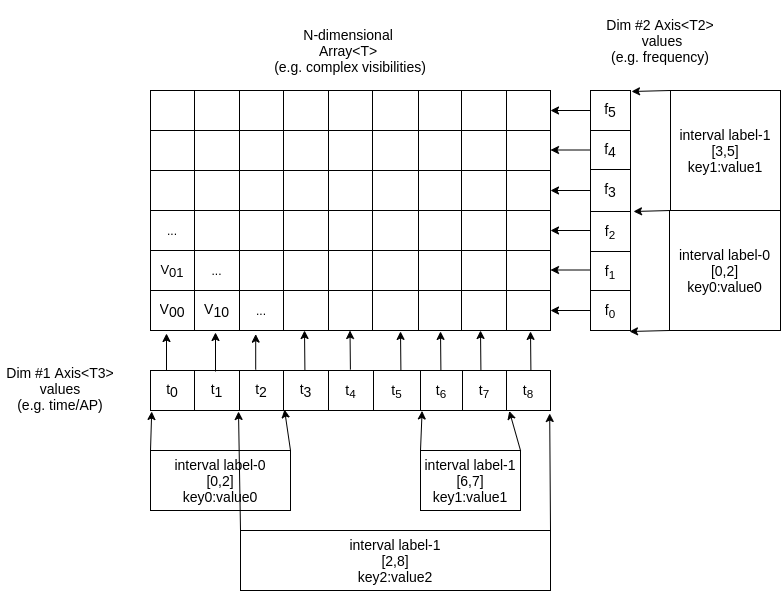
Before: doc/specification/data-container-baseline.png, a diagram exported from draw.io (MITHaystack/HOPS). Source tidied: cells renumbered, new cells last; positions are measured from the earlier drawing's top-left corner, leaving out a move shared by most shapes.
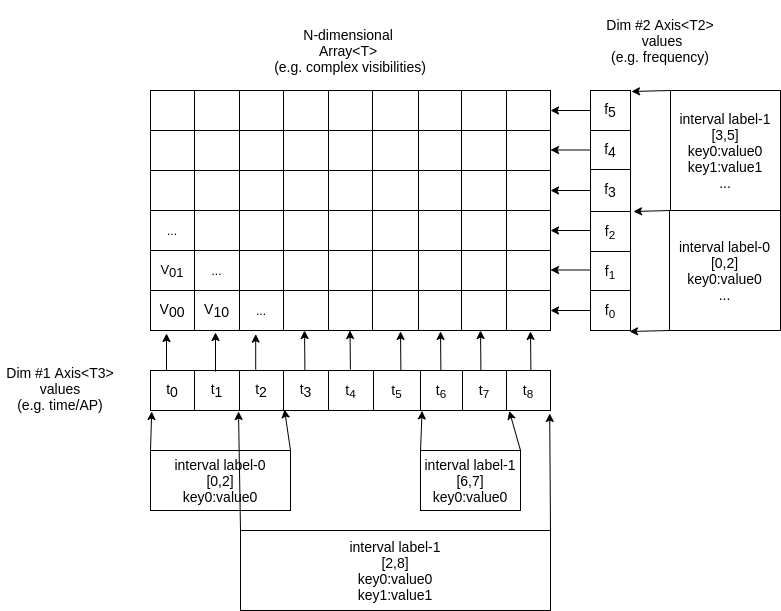
After the change.

The edit, as a diff of the source:
```diff
@@ -266,10 +266,10 @@
     <mxCell id="89" value="Dim #2 Axis&amp;lt;T2&amp;gt;&lt;br&gt;&amp;nbsp;values&lt;br&gt;(e.g. frequency)" style="text;html=1;strokeColor=none;fillColor=none;align=center;verticalAlign=middle;whiteSpace=wrap;rounded=0;fontSize=14;" parent="1" vertex="1">
       <mxGeometry x="570" y="5" width="180" height="70" as="geometry" />
     </mxCell>
-    <mxCell id="90" value="interval label-0&lt;br&gt;[0,2]&lt;br&gt;key0:value0" style="rounded=0;whiteSpace=wrap;html=1;fontSize=14;" parent="1" vertex="1">
+    <mxCell id="90" value="interval label-0&lt;br&gt;[0,2]&lt;br&gt;key0:value0&lt;br&gt;..." style="rounded=0;whiteSpace=wrap;html=1;fontSize=14;" parent="1" vertex="1">
       <mxGeometry x="669" y="210" width="111" height="120" as="geometry" />
     </mxCell>
-    <mxCell id="91" value="interval label-1&lt;br&gt;[3,5]&lt;br&gt;key1:value1" style="rounded=0;whiteSpace=wrap;html=1;fontSize=14;" parent="1" vertex="1">
+    <mxCell id="91" value="interval label-1&lt;br&gt;[3,5]&lt;br&gt;key0:value0&lt;br&gt;key1:value1&lt;br&gt;..." style="rounded=0;whiteSpace=wrap;html=1;fontSize=14;" parent="1" vertex="1">
       <mxGeometry x="670" y="90" width="110" height="120" as="geometry" />
     </mxCell>
     <mxCell id="92" style="endArrow=classic;html=1;fontSize=14;entryX=1.025;entryY=0.025;entryDx=0;entryDy=0;entryPerimeter=0;exitX=0;exitY=0;exitDx=0;exitDy=0;" parent="1" edge="1" source="91" target="75">
@@ -290,8 +290,8 @@
     <mxCell id="97" style="endArrow=classic;html=1;fontSize=14;exitX=1;exitY=0;exitDx=0;exitDy=0;entryX=0.335;entryY=0.975;entryDx=0;entryDy=0;entryPerimeter=0;" parent="1" edge="1" source="95" target="64">
       <mxGeometry relative="1" as="geometry" />
     </mxCell>
-    <mxCell id="98" value="interval label-1&lt;br&gt;[2,8]&lt;br&gt;key2:value2" style="rounded=0;whiteSpace=wrap;html=1;fontSize=14;" parent="1" vertex="1">
-      <mxGeometry x="240" y="530" width="310" height="60" as="geometry" />
+    <mxCell id="98" value="interval label-1&lt;br&gt;[2,8]&lt;br&gt;key0:value0&lt;br&gt;key1:value1" style="rounded=0;whiteSpace=wrap;html=1;fontSize=14;" parent="1" vertex="1">
+      <mxGeometry x="240" y="530" width="310" height="80" as="geometry" />
     </mxCell>
     <mxCell id="99" style="endArrow=classic;html=1;fontSize=14;exitX=1;exitY=0;exitDx=0;exitDy=0;entryX=0.998;entryY=1.075;entryDx=0;entryDy=0;entryPerimeter=0;" parent="1" edge="1" source="98" target="64">
       <mxGeometry relative="1" as="geometry" />
@@ -379,7 +379,7 @@
         <mxPoint x="550" y="110" as="targetPoint" />
       </mxGeometry>
     </mxCell>
-    <mxCell id="116" value="&lt;span&gt;interval&amp;nbsp;&lt;/span&gt;&lt;span&gt;label-1&lt;br&gt;[6,7]&lt;br&gt;&lt;/span&gt;&lt;span&gt;key1:value1&lt;/span&gt;" style="rounded=0;whiteSpace=wrap;html=1;fontSize=14;" parent="1" vertex="1">
+    <mxCell id="116" value="&lt;span&gt;interval&amp;nbsp;&lt;/span&gt;&lt;span&gt;label-1&lt;br&gt;[6,7]&lt;br&gt;&lt;/span&gt;&lt;span&gt;key0:value0&lt;/span&gt;" style="rounded=0;whiteSpace=wrap;html=1;fontSize=14;" parent="1" vertex="1">
       <mxGeometry x="420" y="450" width="100" height="60" as="geometry" />
     </mxCell>
     <mxCell id="117" style="endArrow=classic;html=1;fontSize=14;exitX=0;exitY=0;exitDx=0;exitDy=0;entryX=0.679;entryY=1.011;entryDx=0;entryDy=0;entryPerimeter=0;" parent="1" edge="1" source="116" target="64">
```
